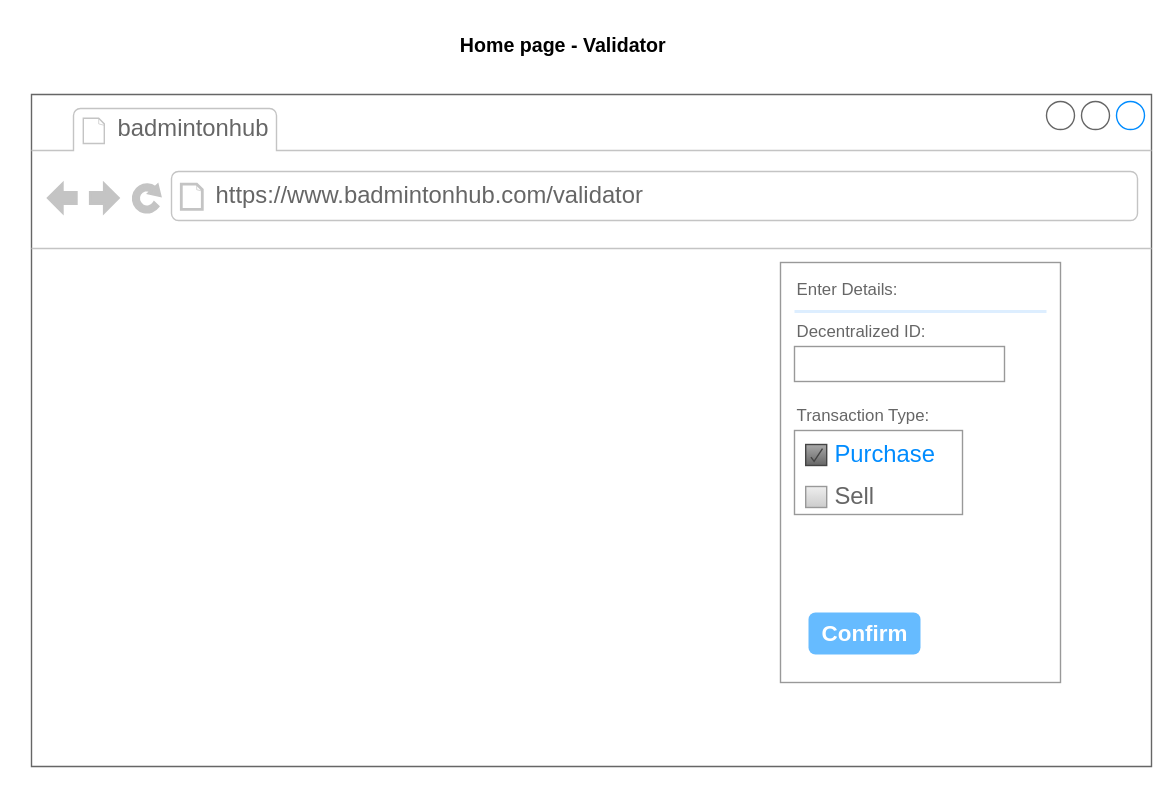
The draw.io diagram wireframe_badmintonhub.drawio in madhavisajja/BadmintonHub, before the edit. Source tidied: cells renumbered, new cells numbered last; positions are measured from the earlier drawing's top-left corner, leaving out a move shared by most shapes. Both pictures are drawn from the tidied source at 140%, with x=0, y=0 at pixel (24, 24).
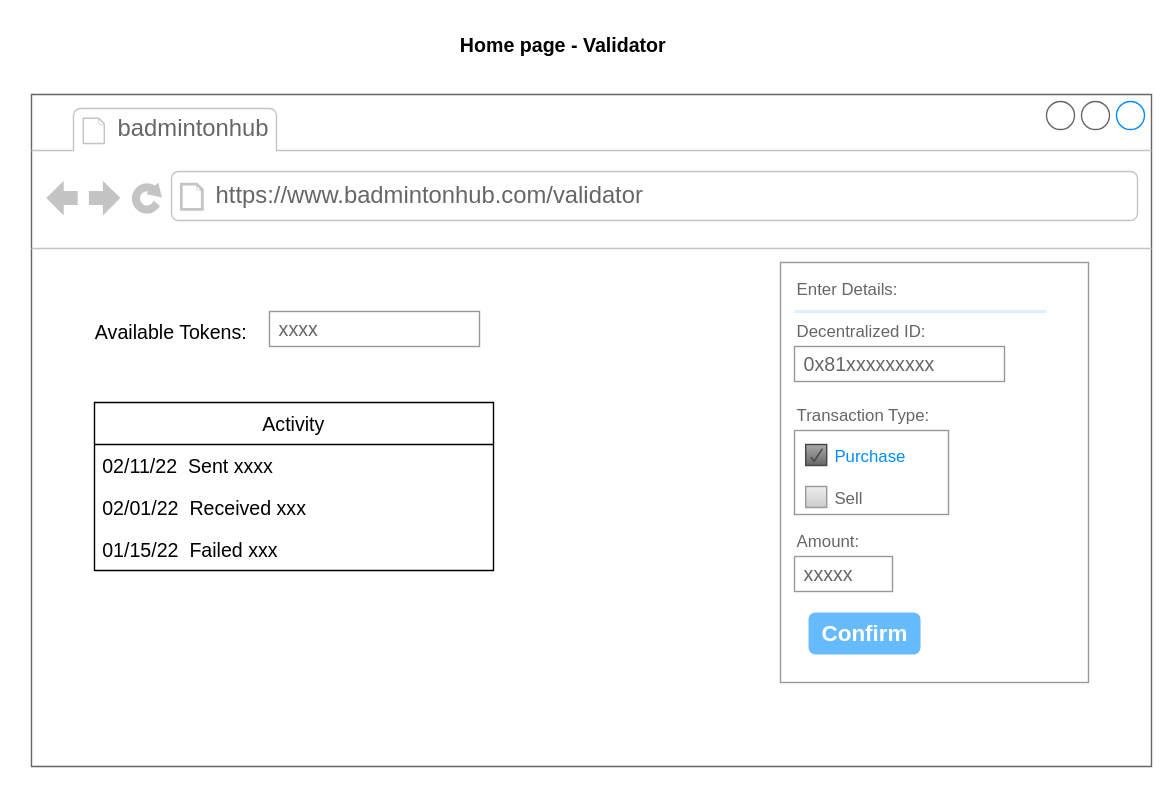
After the change.

The change refers to these unchanged cells:
```xml
<mxCell id="3" style="strokeWidth=1;shadow=0;dashed=0;align=center;html=1;shape=mxgraph.mockup.containers.browserWindow;rSize=0;strokeColor=#666666;strokeColor2=#008cff;strokeColor3=#c4c4c4;mainText=,;" parent="1" vertex="1">
  <mxGeometry x="5" y="50" width="800" height="480" as="geometry" />
</mxCell>
```

Diff of the diagram source:
```diff
@@
     <mxCell id="6" style="strokeWidth=1;shadow=0;dashed=0;align=center;html=1;shape=mxgraph.mockup.forms.rrect;rSize=0;strokeColor=#999999;fillColor=#ffffff;fontSize=14;" parent="3" vertex="1">
-      <mxGeometry x="535" y="120" width="200" height="300" as="geometry" />
+      <mxGeometry x="535" y="120" width="220" height="300" as="geometry" />
     </mxCell>
@@
-    <mxCell id="10" style="strokeWidth=1;shadow=0;dashed=0;align=center;html=1;shape=mxgraph.mockup.forms.rrect;rSize=0;strokeColor=#999999;fontColor=#666666;align=left;spacingLeft=5;fontSize=14;" parent="6" vertex="1">
+    <mxCell id="10" value="0x81xxxxxxxxx" style="strokeWidth=1;shadow=0;dashed=0;align=center;html=1;shape=mxgraph.mockup.forms.rrect;rSize=0;strokeColor=#999999;fontColor=#666666;align=left;spacingLeft=5;fontSize=14;" parent="6" vertex="1">
       <mxGeometry width="150" height="25" relative="1" as="geometry">
         <mxPoint x="10" y="60" as="offset" />
       </mxGeometry>
     </mxCell>
@@
     <mxCell id="15" style="strokeWidth=1;shadow=0;dashed=0;align=center;html=1;shape=mxgraph.mockup.forms.rrect;rSize=0;strokeColor=#999999;fillColor=#ffffff;fontSize=13;" parent="6" vertex="1">
-      <mxGeometry x="10" y="120" width="120" height="60" as="geometry" />
+      <mxGeometry x="10" y="120" width="110" height="60" as="geometry" />
     </mxCell>
-    <mxCell id="16" value="Purchase" style="strokeWidth=1;shadow=0;dashed=0;align=center;html=1;shape=mxgraph.mockup.forms.checkbox;rSize=0;fillColor=#aaaaaa;strokeColor=#444444;gradientColor=#666666;align=left;spacingLeft=4;fontSize=17;fontColor=#008cff;labelPosition=right;" parent="15" vertex="1">
+    <mxCell id="16" value="&lt;font style=&quot;font-size: 12px&quot;&gt;Purchase&lt;/font&gt;" style="strokeWidth=1;shadow=0;dashed=0;align=center;html=1;shape=mxgraph.mockup.forms.checkbox;rSize=0;fillColor=#aaaaaa;strokeColor=#444444;gradientColor=#666666;align=left;spacingLeft=4;fontSize=17;fontColor=#008cff;labelPosition=right;" parent="15" vertex="1">
       <mxGeometry x="8" y="10" width="15" height="15" as="geometry" />
     </mxCell>
-    <mxCell id="17" value="Sell" style="strokeWidth=1;shadow=0;dashed=0;align=center;html=1;shape=mxgraph.mockup.forms.rrect;rSize=0;fillColor=#eeeeee;strokeColor=#999999;gradientColor=#cccccc;align=left;spacingLeft=4;fontSize=17;fontColor=#666666;labelPosition=right;" parent="15" vertex="1">
+    <mxCell id="17" value="&lt;font style=&quot;font-size: 12px&quot;&gt;Sell&lt;/font&gt;" style="strokeWidth=1;shadow=0;dashed=0;align=center;html=1;shape=mxgraph.mockup.forms.rrect;rSize=0;fillColor=#eeeeee;strokeColor=#999999;gradientColor=#cccccc;align=left;spacingLeft=4;fontSize=17;fontColor=#666666;labelPosition=right;" parent="15" vertex="1">
       <mxGeometry x="8" y="40" width="15" height="15" as="geometry" />
     </mxCell>
+    <mxCell id="18" value="Amount:" style="strokeWidth=1;shadow=0;dashed=0;align=center;html=1;shape=mxgraph.mockup.forms.anchor;fontSize=12;fontColor=#666666;align=left;spacingLeft=0;" parent="6" vertex="1">
+      <mxGeometry x="10" y="190" width="100" height="20" as="geometry" />
+    </mxCell>
+    <mxCell id="19" value="xxxxx" style="strokeWidth=1;shadow=0;dashed=0;align=center;html=1;shape=mxgraph.mockup.forms.rrect;rSize=0;strokeColor=#999999;fontColor=#666666;align=left;spacingLeft=5;fontSize=14;" parent="6" vertex="1">
+      <mxGeometry x="10" y="210" width="70" height="25" as="geometry" />
+    </mxCell>
+    <mxCell id="20" value="&lt;font style=&quot;font-size: 14px&quot;&gt;Available Tokens:&lt;/font&gt;" style="text;html=1;strokeColor=none;fillColor=none;align=center;verticalAlign=middle;whiteSpace=wrap;rounded=0;fontSize=12;" parent="3" vertex="1">
+      <mxGeometry y="160" width="200" height="20" as="geometry" />
+    </mxCell>
+    <mxCell id="21" value="xxxx" style="strokeWidth=1;shadow=0;dashed=0;align=center;html=1;shape=mxgraph.mockup.forms.rrect;rSize=0;strokeColor=#999999;fontColor=#666666;align=left;spacingLeft=5;fontSize=14;" parent="3" vertex="1">
+      <mxGeometry x="170" y="155" width="150" height="25" as="geometry" />
+    </mxCell>
+    <mxCell id="22" value="Activity" style="swimlane;fontStyle=0;horizontal=1;startSize=30;fontSize=14;" parent="3" vertex="1">
+      <mxGeometry x="45" y="220" width="285" height="120" as="geometry" />
+    </mxCell>
+    <mxCell id="23" value="02/11/22  Sent xxxx" style="text;strokeColor=none;fillColor=none;align=left;verticalAlign=middle;spacingLeft=4;spacingRight=4;overflow=hidden;fontSize=14;" parent="22" vertex="1">
+      <mxGeometry y="30" width="285" height="30" as="geometry" />
+    </mxCell>
+    <mxCell id="24" value="02/01/22  Received xxx" style="text;strokeColor=none;fillColor=none;align=left;verticalAlign=middle;spacingLeft=4;spacingRight=4;overflow=hidden;fontSize=14;" parent="22" vertex="1">
+      <mxGeometry y="60" width="285" height="30" as="geometry" />
+    </mxCell>
+    <mxCell id="25" value="01/15/22  Failed xxx" style="text;strokeColor=none;fillColor=none;align=left;verticalAlign=middle;spacingLeft=4;spacingRight=4;overflow=hidden;fontSize=14;" parent="22" vertex="1">
+      <mxGeometry y="90" width="285" height="30" as="geometry" />
+    </mxCell>
```
